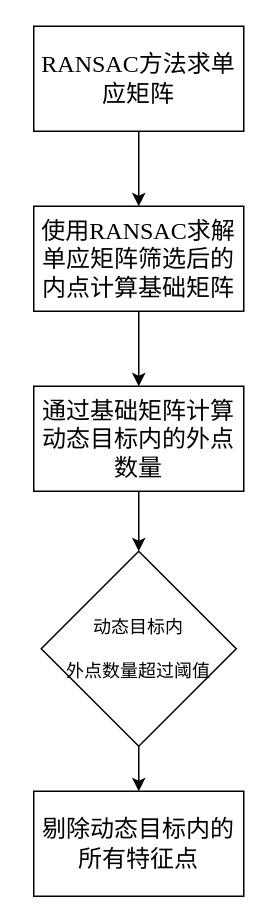
The draw.io diagram 未命名绘图.drawio in buyibo64/flowChart, before the edit. Source tidied: cells renumbered, new cells numbered last; positions are measured from the earlier drawing's top-left corner, leaving out a move shared by most shapes. Both pictures are drawn from the tidied source at 150%, with x=0, y=0 at pixel (33, 26).
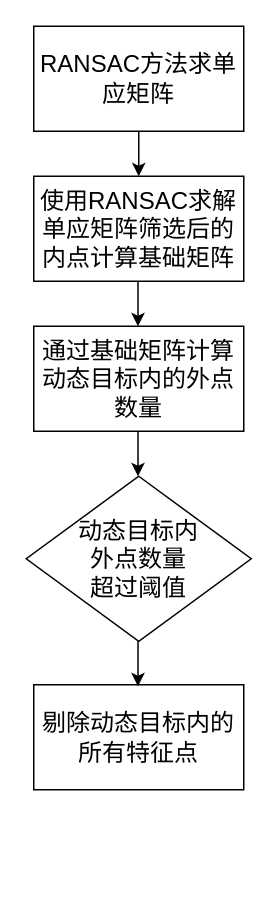
After the change.

Commit message:
更新未命名绘图.drawio

What changed in the source:
```diff
@@
 <mxGraphModel>
   <root>
     <mxCell id="0" />
     <mxCell id="1" parent="0" />
     <mxCell id="2" style="edgeStyle=orthogonalEdgeStyle;rounded=0;jettySize=auto;html=1;exitX=0.5;exitY=1;exitDx=0;exitDy=0;entryX=0.5;entryY=0;entryDx=0;entryDy=0;" parent="1" edge="1" source="3" target="5">
       <mxGeometry relative="1" as="geometry" />
     </mxCell>
-    <mxCell id="3" value="&lt;span style=&quot;font-size: 12pt; font-family: &amp;quot;Times New Roman&amp;quot;, serif; background: white;&quot; lang=&quot;EN-US&quot;&gt;RANSAC&lt;/span&gt;&lt;span style=&quot;font-size: 12pt; font-family: 宋体; background: white;&quot;&gt;方法求单应矩阵&lt;/span&gt;" style="rounded=0;whiteSpace=wrap;html=1;" parent="1" vertex="1">
+    <mxCell id="3" value="&lt;font face=&quot;Helvetica&quot;&gt;&lt;span style=&quot;font-size: 12pt; background: white;&quot; lang=&quot;EN-US&quot;&gt;RANSAC&lt;/span&gt;&lt;span style=&quot;font-size: 12pt; background: white;&quot;&gt;方法求单应矩阵&lt;/span&gt;&lt;/font&gt;" style="rounded=0;whiteSpace=wrap;html=1;" parent="1" vertex="1">
       <mxGeometry width="140" height="70" as="geometry" />
     </mxCell>
-    <mxCell id="4" style="edgeStyle=orthogonalEdgeStyle;rounded=0;jettySize=auto;html=1;exitX=0.5;exitY=1;exitDx=0;exitDy=0;entryX=0.5;entryY=0;entryDx=0;entryDy=0;" parent="1" edge="1" source="5" target="7">
-      <mxGeometry relative="1" as="geometry" />
-    </mxCell>
-    <mxCell id="5" value="&lt;font face=&quot;Times New Roman, serif&quot;&gt;&lt;span style=&quot;font-size: 16px; background-color: rgb(255, 255, 255);&quot;&gt;使用RANSAC求解单应矩阵筛选后的内点计算基础矩阵&lt;/span&gt;&lt;/font&gt;" style="rounded=0;whiteSpace=wrap;html=1;" parent="1" vertex="1">
-      <mxGeometry y="120" width="140" height="70" as="geometry" />
+    <mxCell id="5" value="&lt;span style=&quot;font-size: 16px; background-color: rgb(255, 255, 255);&quot;&gt;&lt;font face=&quot;Helvetica&quot;&gt;使用RANSAC求解单应矩阵筛选后的内点计算基础矩阵&lt;/font&gt;&lt;/span&gt;" style="rounded=0;whiteSpace=wrap;html=1;" parent="1" vertex="1">
+      <mxGeometry y="100" width="140" height="70" as="geometry" />
     </mxCell>
-    <mxCell id="6" style="edgeStyle=orthogonalEdgeStyle;rounded=0;jettySize=auto;html=1;exitX=0.5;exitY=1;exitDx=0;exitDy=0;entryX=0.5;entryY=0;entryDx=0;entryDy=0;" parent="1" edge="1" source="7" target="10">
-      <mxGeometry relative="1" as="geometry" />
-    </mxCell>
-    <mxCell id="7" value="&lt;font face=&quot;Times New Roman, serif&quot;&gt;&lt;span style=&quot;font-size: 16px; background-color: rgb(255, 255, 255);&quot;&gt;通过基础矩阵计算动态目标内的外点数量&lt;/span&gt;&lt;/font&gt;" style="rounded=0;whiteSpace=wrap;html=1;" parent="1" vertex="1">
-      <mxGeometry y="240" width="140" height="70" as="geometry" />
+    <mxCell id="7" value="&lt;span style=&quot;font-size: 16px; background-color: rgb(255, 255, 255);&quot;&gt;&lt;font face=&quot;Helvetica&quot;&gt;通过基础矩阵计算动态目标内的外点数量&lt;/font&gt;&lt;/span&gt;" style="rounded=0;whiteSpace=wrap;html=1;" parent="1" vertex="1">
+      <mxGeometry y="200" width="140" height="70" as="geometry" />
     </mxCell>
-    <mxCell id="8" value="&lt;font face=&quot;Times New Roman, serif&quot;&gt;&lt;span style=&quot;font-size: 16px; background-color: rgb(255, 255, 255);&quot;&gt;剔除动态目标内的所有特征点&lt;/span&gt;&lt;/font&gt;" style="rounded=0;whiteSpace=wrap;html=1;" parent="1" vertex="1">
-      <mxGeometry y="510" width="140" height="70" as="geometry" />
+    <mxCell id="8" value="&lt;span style=&quot;font-size: 16px; background-color: rgb(255, 255, 255);&quot;&gt;&lt;font face=&quot;Helvetica&quot;&gt;剔除动态目标内的所有特征点&lt;/font&gt;&lt;/span&gt;" style="rounded=0;whiteSpace=wrap;html=1;" parent="1" vertex="1">
+      <mxGeometry y="439" width="140" height="70" as="geometry" />
     </mxCell>
-    <mxCell id="9" style="edgeStyle=orthogonalEdgeStyle;rounded=0;jettySize=auto;html=1;exitX=0.5;exitY=1;exitDx=0;exitDy=0;entryX=0.5;entryY=0;entryDx=0;entryDy=0;" parent="1" edge="1" source="10" target="8">
-      <mxGeometry relative="1" as="geometry" />
-    </mxCell>
-    <mxCell id="10" value="动态目标内&lt;div&gt;&lt;br&gt;&lt;/div&gt;&lt;div&gt;外点数量超过阈值&lt;/div&gt;" style="rhombus;whiteSpace=wrap;html=1;" parent="1" vertex="1">
-      <mxGeometry x="5" y="350" width="130" height="130" as="geometry" />
+    <mxCell id="10" value="&lt;font face=&quot;Times New Roman&quot; style=&quot;font-size: 16px;&quot;&gt;动态目标内&lt;/font&gt;&lt;div style=&quot;font-size: 16px;&quot;&gt;&lt;font face=&quot;v6d2WxD5FSittoSUJJSr&quot;&gt;&lt;span style=&quot;background-color: initial;&quot;&gt;外点数量&lt;/span&gt;&lt;br&gt;&lt;/font&gt;&lt;/div&gt;&lt;div style=&quot;font-size: 16px;&quot;&gt;&lt;font face=&quot;v6d2WxD5FSittoSUJJSr&quot; style=&quot;font-size: 16px;&quot;&gt;超过阈值&lt;/font&gt;&lt;/div&gt;" style="rhombus;whiteSpace=wrap;html=1;" parent="1" vertex="1">
+      <mxGeometry x="-5" y="300" width="150" height="110" as="geometry" />
     </mxCell>
+    <mxCell id="11" style="edgeStyle=orthogonalEdgeStyle;rounded=0;orthogonalLoop=1;jettySize=auto;html=1;exitX=0.5;exitY=1;exitDx=0;exitDy=0;entryX=0.5;entryY=0;entryDx=0;entryDy=0;" parent="1" edge="1">
+      <mxGeometry relative="1" as="geometry">
+        <mxPoint x="69.5" y="170" as="sourcePoint" />
+        <mxPoint x="69.5" y="200" as="targetPoint" />
+      </mxGeometry>
+    </mxCell>
+    <mxCell id="12" style="edgeStyle=orthogonalEdgeStyle;rounded=0;orthogonalLoop=1;jettySize=auto;html=1;exitX=0.5;exitY=1;exitDx=0;exitDy=0;entryX=0.5;entryY=0;entryDx=0;entryDy=0;" parent="1" edge="1">
+      <mxGeometry relative="1" as="geometry">
+        <mxPoint x="69.5" y="270" as="sourcePoint" />
+        <mxPoint x="69.5" y="300" as="targetPoint" />
+      </mxGeometry>
+    </mxCell>
+    <mxCell id="13" style="edgeStyle=orthogonalEdgeStyle;rounded=0;orthogonalLoop=1;jettySize=auto;html=1;exitX=0.5;exitY=1;exitDx=0;exitDy=0;entryX=0.5;entryY=0;entryDx=0;entryDy=0;" parent="1" edge="1">
+      <mxGeometry relative="1" as="geometry">
+        <mxPoint x="69.5" y="410" as="sourcePoint" />
+        <mxPoint x="69.5" y="440" as="targetPoint" />
+      </mxGeometry>
+    </mxCell>
   </root>
 </mxGraphModel>
```
